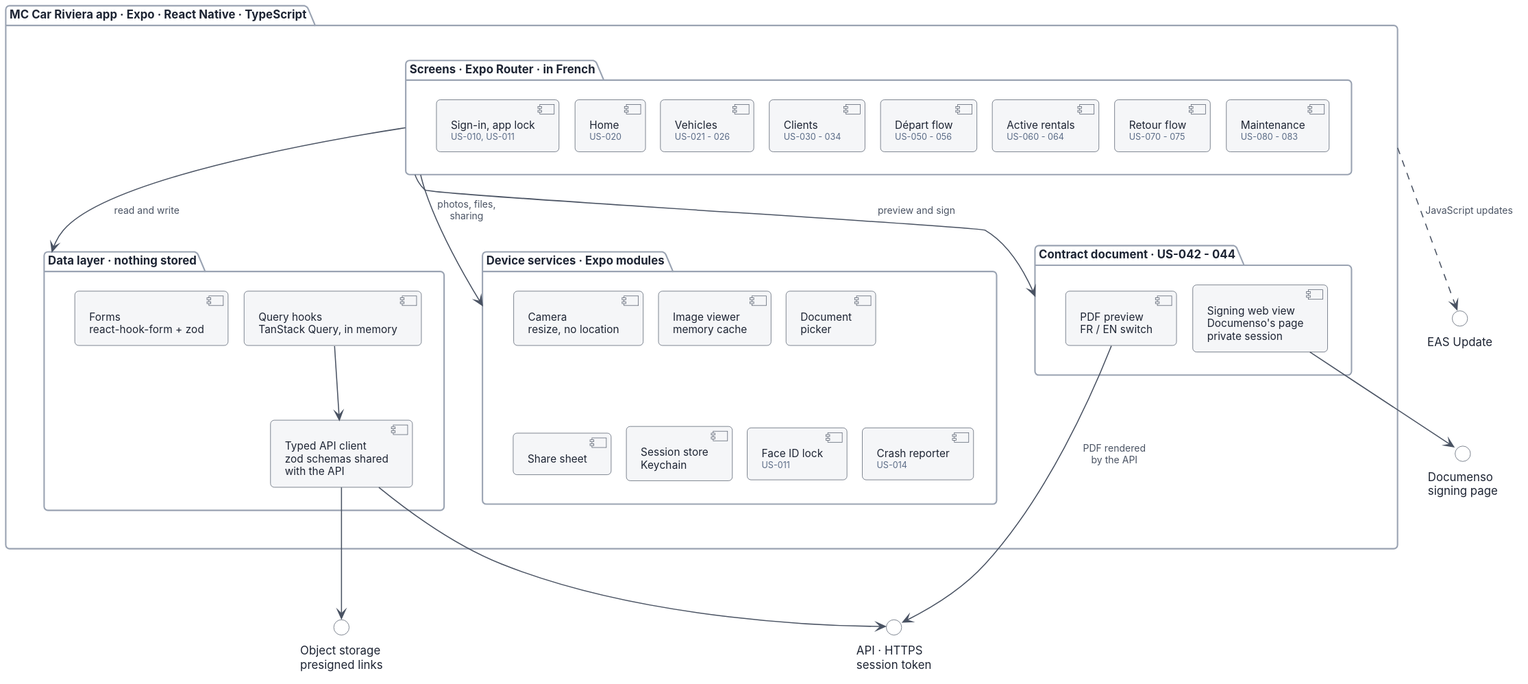
This is docs/architecture/svg/03-app-components.svg from ColJurten/mccarriviera-staff-app, a PlantUML export, as it was before one commit.
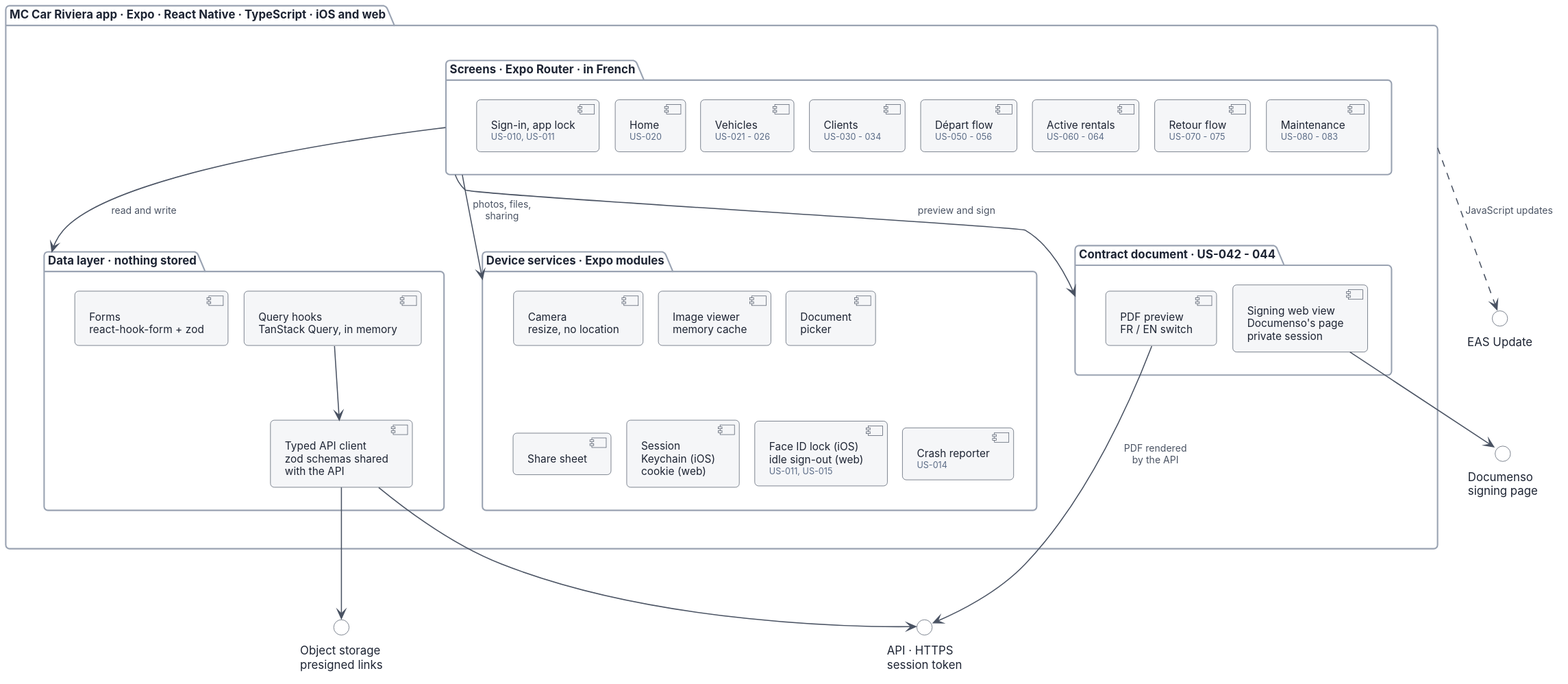
After the commit.

What changed in the source:
```diff
@@ -3,7 +3,7 @@
 skinparam nodesep 16
 skinparam ranksep 30
 
-package "MC Car Riviera app · Expo · React Native · TypeScript" as appPkg {
+package "MC Car Riviera app · Expo · React Native · TypeScript · iOS and web" as appPkg {
 
   package "Screens · Expo Router · in French" as screens {
     component "Sign-in, app lock\n<size:9><color:#5A6B86>US-010, US-011</color></size>" as sSign
@@ -40,8 +40,8 @@
     component "Image viewer\nmemory cache" as img
     component "Document\npicker" as pick
     component "Share sheet" as share
-    component "Session store\nKeychain" as kc
-    component "Face ID lock\n<size:9><color:#5A6B86>US-011</color></size>" as lock
+    component "Session\nKeychain (iOS)\ncookie (web)" as kc
+    component "Face ID lock (iOS)\nidle sign-out (web)\n<size:9><color:#5A6B86>US-011, US-015</color></size>" as lock
     component "Crash reporter\n<size:9><color:#5A6B86>US-014</color></size>" as crash
     cam -[hidden]right- img
     img -[hidden]right- pick
```
